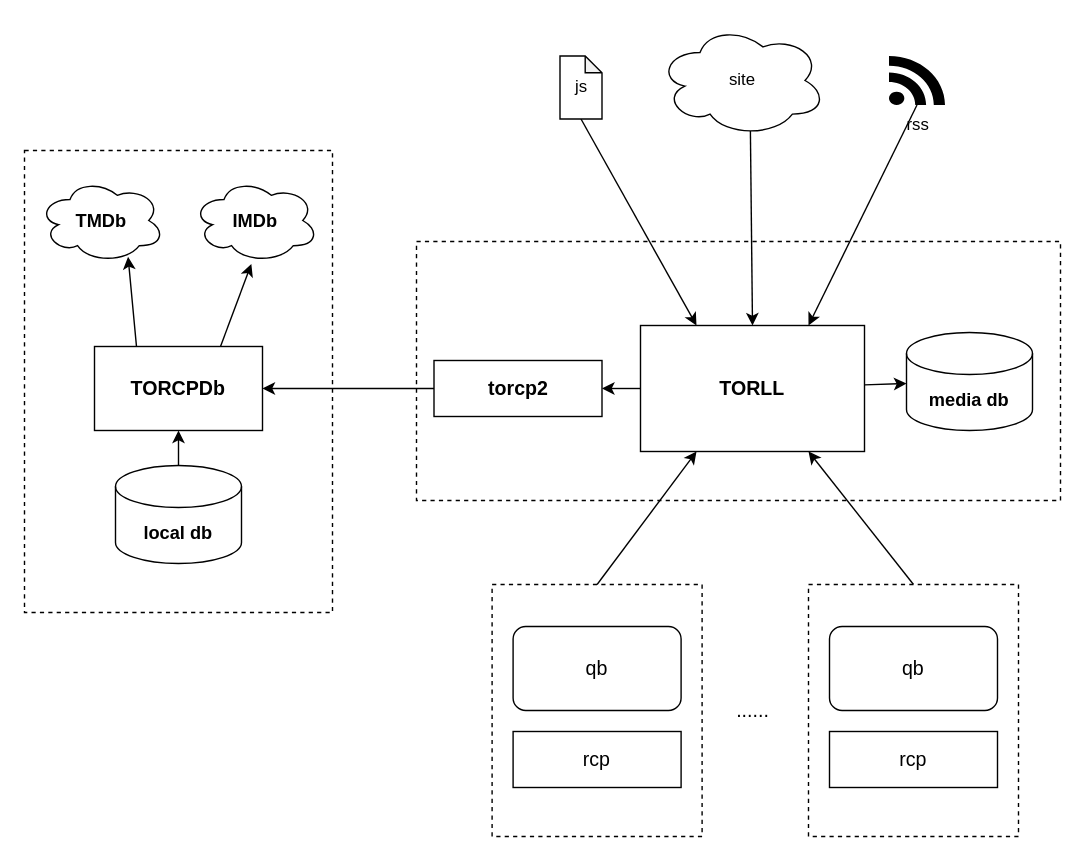
Above: torcpdb.drawio in ccf-2012/torcpdb (draw.io), before the change. Source tidied: cells renumbered, new cells numbered last; positions are measured from the earlier drawing's top-left corner, leaving out a move shared by most shapes. Both pictures are drawn from the tidied source at 140%, with x=0, y=0 at pixel (24, 24).
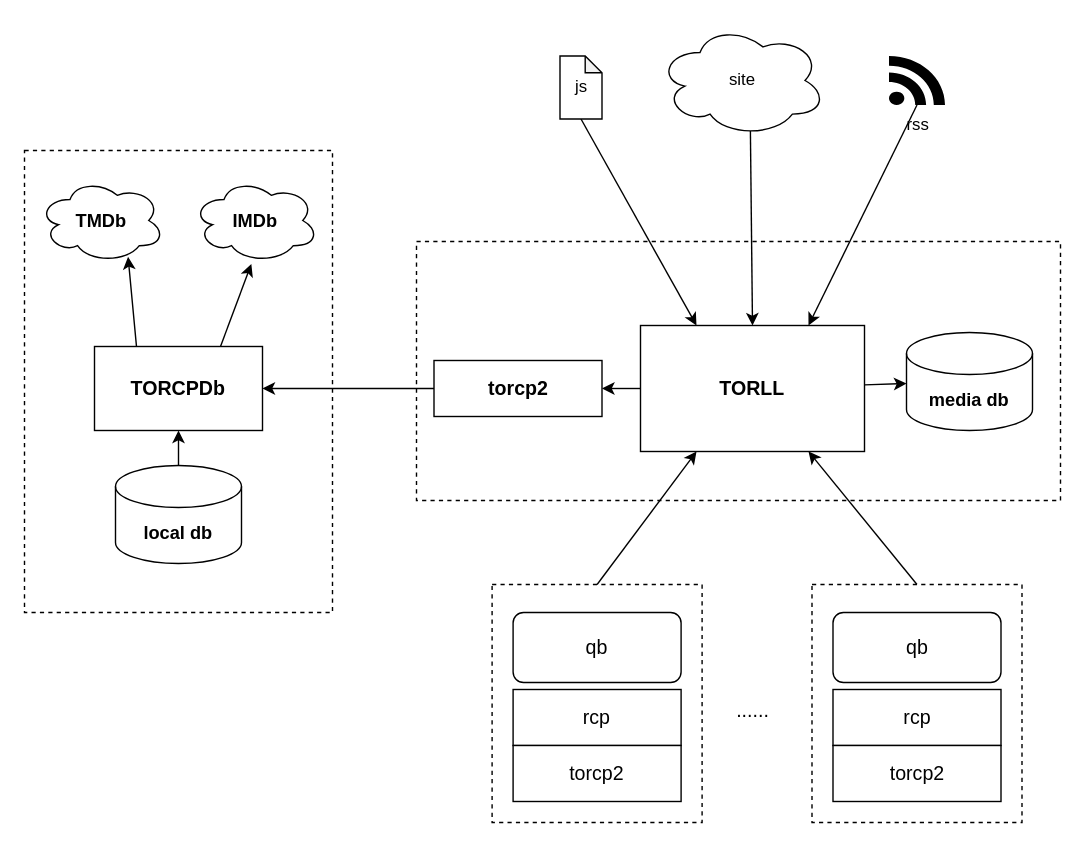
After the change.

Unchanged cells that the change refers to:
```xml
<mxCell id="17" value="&lt;b&gt;&lt;font style=&quot;font-size: 14px;&quot;&gt;TORLL&lt;/font&gt;&lt;/b&gt;" style="rounded=0;whiteSpace=wrap;html=1;" parent="1" vertex="1">
  <mxGeometry x="440" y="215" width="160" height="90" as="geometry" />
</mxCell>
```

What changed in the source:
```diff
@@
     <mxCell id="3" style="rounded=0;whiteSpace=wrap;html=1;dashed=1;" parent="1" vertex="1">
-      <mxGeometry x="334" y="400" width="150" height="180" as="geometry" />
+      <mxGeometry x="334" y="400" width="150" height="170" as="geometry" />
     </mxCell>
@@
     <mxCell id="25" value="rcp" style="rounded=0;whiteSpace=wrap;html=1;fontStyle=0;fontSize=14;" parent="1" vertex="1">
-      <mxGeometry x="349" y="505" width="120" height="40" as="geometry" />
+      <mxGeometry x="349" y="475" width="120" height="40" as="geometry" />
     </mxCell>
     <mxCell id="26" value="qb" style="rounded=1;whiteSpace=wrap;html=1;fontStyle=0;fontSize=14;" parent="1" vertex="1">
-      <mxGeometry x="349" y="430" width="120" height="60" as="geometry" />
+      <mxGeometry x="349" y="420" width="120" height="50" as="geometry" />
     </mxCell>
-    <mxCell id="27" style="edgeStyle=none;html=1;exitX=0.5;exitY=0;exitDx=0;exitDy=0;entryX=0.75;entryY=1;entryDx=0;entryDy=0;" parent="1" edge="1" source="28" target="17">
+    <mxCell id="27" style="edgeStyle=none;html=1;exitX=0.5;exitY=0;exitDx=0;exitDy=0;entryX=0.75;entryY=1;entryDx=0;entryDy=0;" parent="1" edge="1" source="33" target="17">
       <mxGeometry relative="1" as="geometry" />
     </mxCell>
-    <mxCell id="28" style="rounded=0;whiteSpace=wrap;html=1;dashed=1;" parent="1" vertex="1">
-      <mxGeometry x="560" y="400" width="150" height="180" as="geometry" />
-    </mxCell>
+    <mxCell id="31" value="......" style="text;html=1;align=center;verticalAlign=middle;strokeColor=none;fillColor=none;fontSize=14;" parent="1" vertex="1">
+      <mxGeometry x="495" y="475" width="50" height="30" as="geometry" />
+    </mxCell>
+    <mxCell id="32" value="torcp2" style="rounded=0;whiteSpace=wrap;html=1;fontStyle=0;fontSize=14;" parent="1" vertex="1">
+      <mxGeometry x="349" y="515" width="120" height="40" as="geometry" />
+    </mxCell>
+    <mxCell id="33" style="rounded=0;whiteSpace=wrap;html=1;dashed=1;" parent="1" vertex="1">
+      <mxGeometry x="562.5" y="400" width="150" height="170" as="geometry" />
+    </mxCell>
     <mxCell id="29" value="rcp" style="rounded=0;whiteSpace=wrap;html=1;fontStyle=0;fontSize=14;" parent="1" vertex="1">
-      <mxGeometry x="575" y="505" width="120" height="40" as="geometry" />
+      <mxGeometry x="577.5" y="475" width="120" height="40" as="geometry" />
     </mxCell>
     <mxCell id="30" value="qb" style="rounded=1;whiteSpace=wrap;html=1;fontStyle=0;fontSize=14;" parent="1" vertex="1">
-      <mxGeometry x="575" y="430" width="120" height="60" as="geometry" />
+      <mxGeometry x="577.5" y="420" width="120" height="50" as="geometry" />
     </mxCell>
-    <mxCell id="31" value="......" style="text;html=1;align=center;verticalAlign=middle;strokeColor=none;fillColor=none;fontSize=14;" parent="1" vertex="1">
-      <mxGeometry x="495" y="475" width="50" height="30" as="geometry" />
-    </mxCell>
+    <mxCell id="34" value="torcp2" style="rounded=0;whiteSpace=wrap;html=1;fontStyle=0;fontSize=14;" parent="1" vertex="1">
+      <mxGeometry x="577.5" y="515" width="120" height="40" as="geometry" />
+    </mxCell>
```
